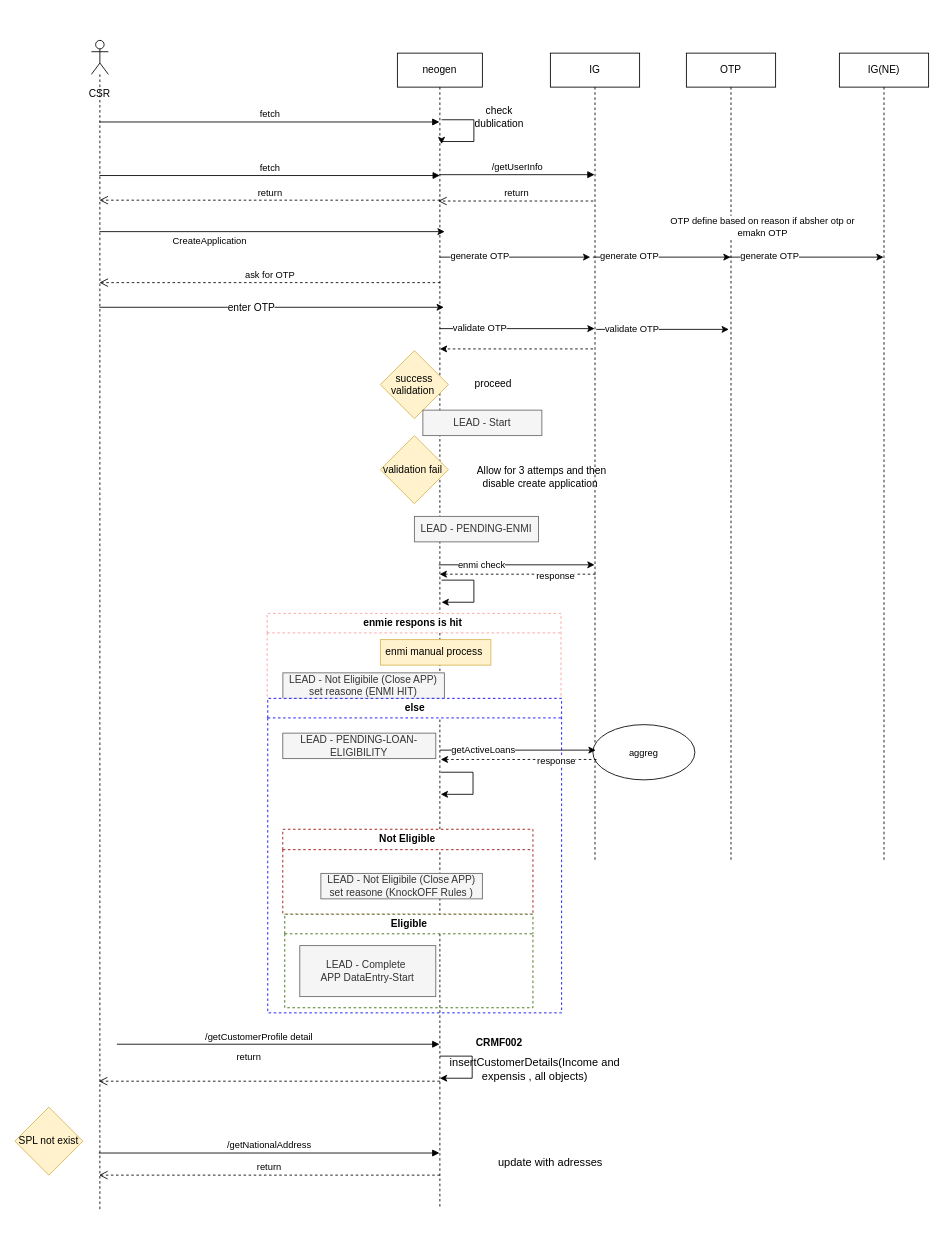
Before: page "branch onboarding" (4 of 15) of Migration Onboarding & origination Flow .drawio in MHosnii/DrawIo, a draw.io diagram. Source tidied: cells renumbered, new cells numbered last; positions are measured from the earlier drawing's top-left corner, leaving out a move shared by most shapes. Both pictures are drawn from the tidied source at 85%, with x=0, y=0 at pixel (14, 40).
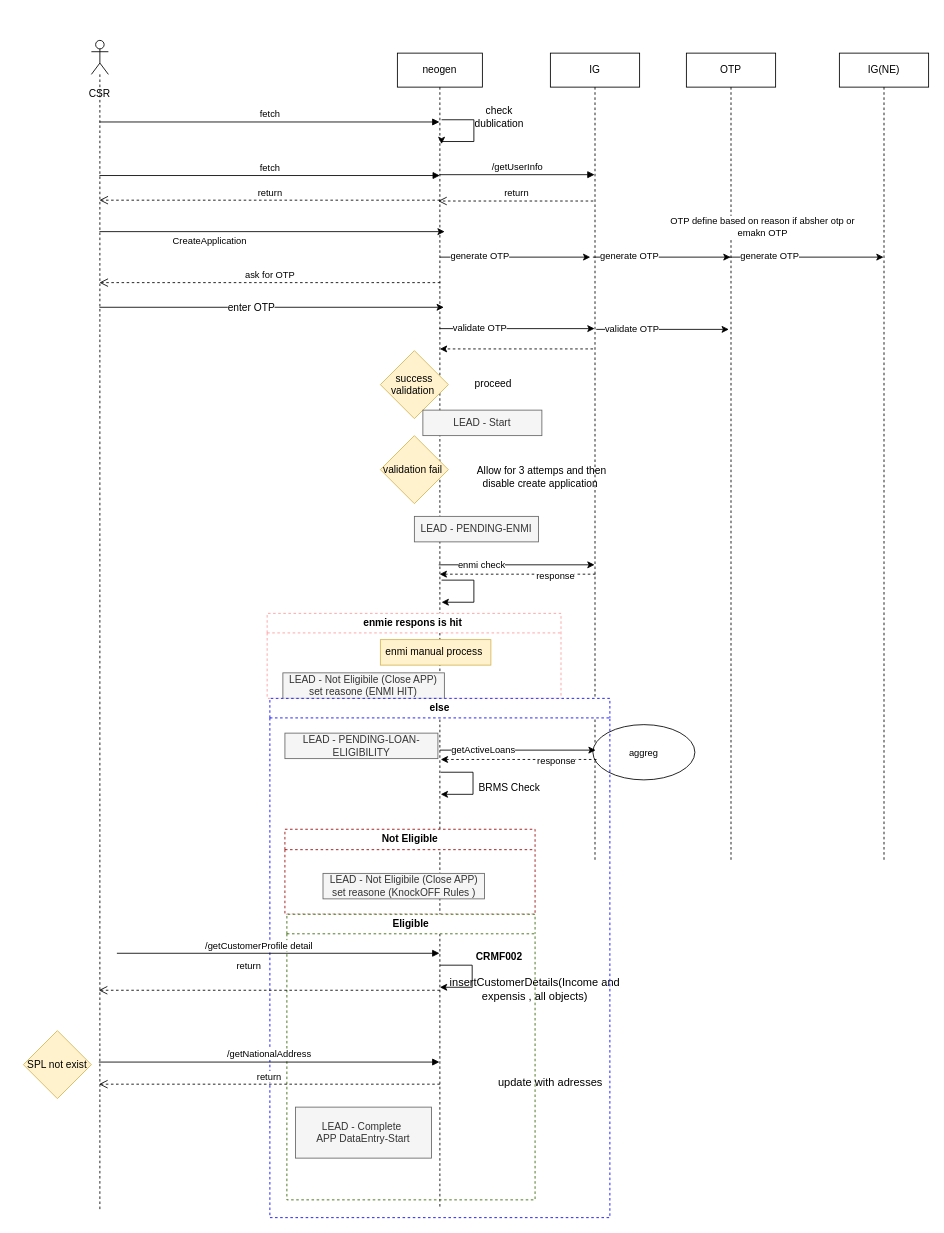
The same page after the edit.

The change refers to these unchanged cells:
```xml
<mxCell id="7" value="neogen" style="shape=umlLifeline;perimeter=lifelinePerimeter;whiteSpace=wrap;html=1;outlineConnect=0;portConstraint=eastwest;newEdgeStyle={&quot;curved&quot;:0,&quot;rounded&quot;:0};" parent="1" vertex="1">
  <mxGeometry x="450" y="15" width="100" height="1360" as="geometry" />
</mxCell>
```

What changed in the source:
```diff
@@
     <mxCell id="29" style="endArrow=classic;html=1;rounded=0;exitX=0.54;exitY=0.053;exitDx=0;exitDy=0;exitPerimeter=0;edgeStyle=orthogonalEdgeStyle;" parent="1" edge="1">
       <mxGeometry relative="1" as="geometry">
-        <mxPoint x="500" y="1195" as="sourcePoint" />
-        <mxPoint x="500" y="1221" as="targetPoint" />
+        <mxPoint x="500" y="1088" as="sourcePoint" />
+        <mxPoint x="500" y="1114" as="targetPoint" />
         <Array as="points">
-          <mxPoint x="538" y="1194.6" />
-          <mxPoint x="538" y="1220.6" />
-          <mxPoint x="500" y="1220.6" />
+          <mxPoint x="538" y="1087.6" />
+          <mxPoint x="538" y="1113.6" />
+          <mxPoint x="500" y="1113.6" />
         </Array>
       </mxGeometry>
     </mxCell>
     <mxCell id="30" value="insertCustomerDetails(Income and expensis , all objects)" style="text;html=1;align=center;verticalAlign=middle;whiteSpace=wrap;rounded=0;fontSize=13;" parent="1" vertex="1">
-      <mxGeometry x="500" y="1195" width="224" height="30" as="geometry" />
+      <mxGeometry x="500" y="1101" width="224" height="30" as="geometry" />
     </mxCell>
@@
     <mxCell id="39" value="&lt;span style=&quot;font-weight: 700;&quot;&gt;CRMF002&lt;/span&gt;" style="text;html=1;align=center;verticalAlign=middle;whiteSpace=wrap;rounded=0;" parent="1" vertex="1">
-      <mxGeometry x="540" y="1165" width="60" height="30" as="geometry" />
+      <mxGeometry x="540" y="1063" width="60" height="30" as="geometry" />
     </mxCell>
@@
     <mxCell id="47" value="else" style="swimlane;whiteSpace=wrap;html=1;strokeWidth=1;dashed=1;strokeColor=#0000FF;" parent="1" vertex="1">
-      <mxGeometry x="297.5" y="774.1" width="345.7" height="370" as="geometry" />
+      <mxGeometry x="300" y="774.1" width="400" height="610.9" as="geometry" />
     </mxCell>
@@
     <mxCell id="50" value="Eligible" style="swimlane;whiteSpace=wrap;html=1;strokeColor=#336600;dashed=1;strokeWidth=1;perimeterSpacing=0;" parent="47" vertex="1">
-      <mxGeometry x="20" y="254" width="292" height="110" as="geometry" />
+      <mxGeometry x="20" y="254" width="292" height="336" as="geometry" />
     </mxCell>
     <mxCell id="51" value="LEAD - Complete&amp;nbsp;&lt;div&gt;APP DataEntry-Start&lt;/div&gt;" style="text;html=1;align=center;verticalAlign=middle;whiteSpace=wrap;rounded=0;fillColor=#f5f5f5;fontColor=#333333;strokeColor=#666666;" parent="50" vertex="1">
-      <mxGeometry x="17.7" y="36.9" width="160" height="60" as="geometry" />
+      <mxGeometry x="10.2" y="226.9" width="160" height="60" as="geometry" />
     </mxCell>
@@
+    <mxCell id="67" value="BRMS Check" style="text;html=1;align=center;verticalAlign=middle;whiteSpace=wrap;rounded=0;" parent="47" vertex="1">
+      <mxGeometry x="242.5" y="90.9" width="77.5" height="30" as="geometry" />
+    </mxCell>
@@
-    <mxCell id="61" value="/getCustomerProfile detail" style="html=1;verticalAlign=bottom;endArrow=block;curved=0;rounded=0;" parent="1" edge="1" target="7">
+    <mxCell id="61" value="/getCustomerProfile detail" style="html=1;verticalAlign=bottom;endArrow=block;curved=0;rounded=0;" parent="1" edge="1">
       <mxGeometry x="-0.12" relative="1" as="geometry">
-        <mxPoint x="120" y="1181" as="sourcePoint" />
+        <mxPoint x="120" y="1074" as="sourcePoint" />
+        <mxPoint x="499.5" y="1074" as="targetPoint" />
       </mxGeometry>
     </mxCell>
     <mxCell id="62" value="return" style="html=1;verticalAlign=bottom;endArrow=open;dashed=1;endSize=8;curved=0;rounded=0;exitX=0;exitY=0.25;exitDx=0;exitDy=0;" parent="1" edge="1">
       <mxGeometry x="0.12" y="-20" relative="1" as="geometry">
-        <mxPoint x="500" y="1224.5" as="sourcePoint" />
-        <mxPoint x="98.7" y="1224.5" as="targetPoint" />
+        <mxPoint x="500" y="1117.5" as="sourcePoint" />
+        <mxPoint x="98.7" y="1117.5" as="targetPoint" />
       </mxGeometry>
     </mxCell>
     <mxCell id="63" value="SPL not exist" style="rhombus;whiteSpace=wrap;html=1;fillColor=#fff2cc;strokeColor=#d6b656;" parent="1" vertex="1">
-      <mxGeometry y="1255" width="80" height="80" as="geometry" />
+      <mxGeometry x="10" y="1165" width="80" height="80" as="geometry" />
     </mxCell>
-    <mxCell id="64" value="/getNationalAddress" style="html=1;verticalAlign=bottom;endArrow=block;curved=0;rounded=0;" parent="1" edge="1" target="7">
+    <mxCell id="64" value="/getNationalAddress" style="html=1;verticalAlign=bottom;endArrow=block;curved=0;rounded=0;" parent="1" edge="1">
       <mxGeometry relative="1" as="geometry">
-        <mxPoint x="98.7" y="1309" as="sourcePoint" />
+        <mxPoint x="98.7" y="1202" as="sourcePoint" />
+        <mxPoint x="499.5" y="1202" as="targetPoint" />
       </mxGeometry>
     </mxCell>
     <mxCell id="65" value="return" style="html=1;verticalAlign=bottom;endArrow=open;dashed=1;endSize=8;curved=0;rounded=0;" parent="1" edge="1">
       <mxGeometry relative="1" as="geometry">
-        <mxPoint x="500" y="1335" as="sourcePoint" />
-        <mxPoint x="99" y="1335" as="targetPoint" />
+        <mxPoint x="500" y="1228" as="sourcePoint" />
+        <mxPoint x="99" y="1228" as="targetPoint" />
       </mxGeometry>
     </mxCell>
     <mxCell id="66" value="update with adresses&amp;nbsp;" style="text;html=1;align=center;verticalAlign=middle;whiteSpace=wrap;rounded=0;fontSize=13;" parent="1" vertex="1">
-      <mxGeometry x="520" y="1305" width="224" height="30" as="geometry" />
+      <mxGeometry x="520" y="1211" width="224" height="30" as="geometry" />
     </mxCell>
```
